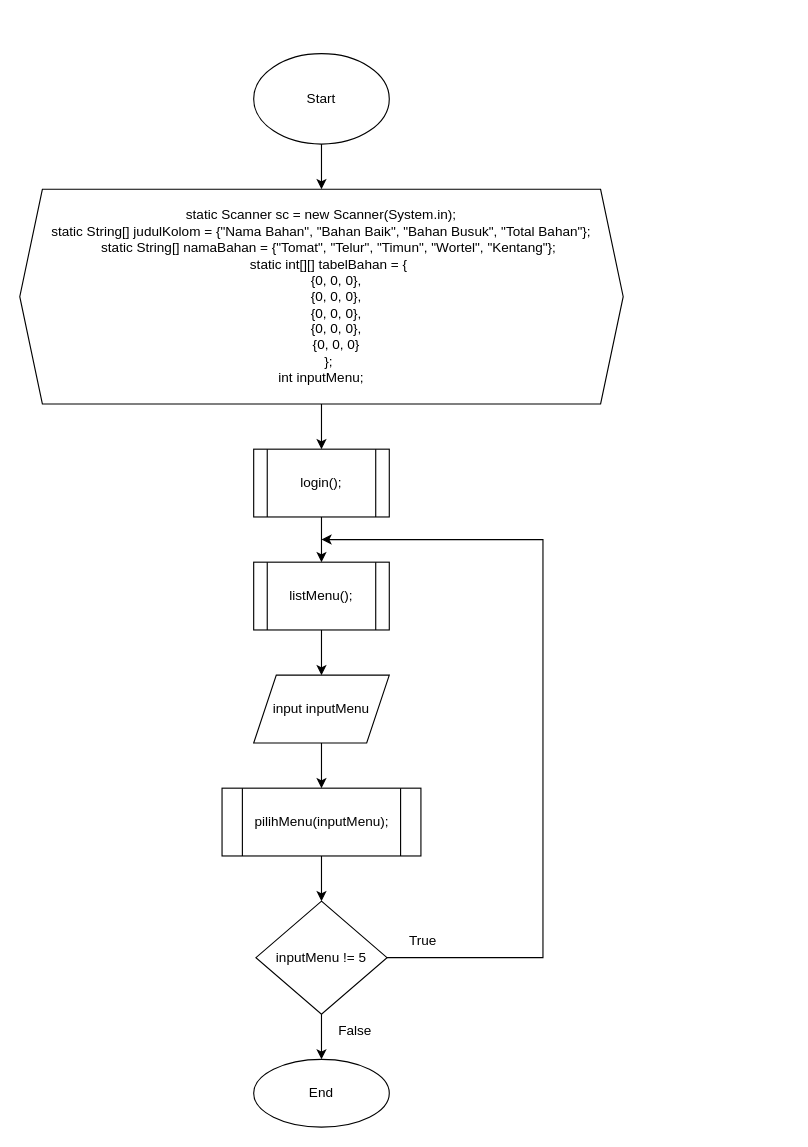
Before: page "main" (1 of 9) of Tugas Akhir/Flowchart.drawio in nhaidaar/daspro, a draw.io diagram. Source tidied: cells renumbered, new cells numbered last; positions are measured from the earlier drawing's top-left corner, leaving out a move shared by most shapes. Both pictures are drawn from the tidied source at 113%, with x=0, y=0 at pixel (19, 53).
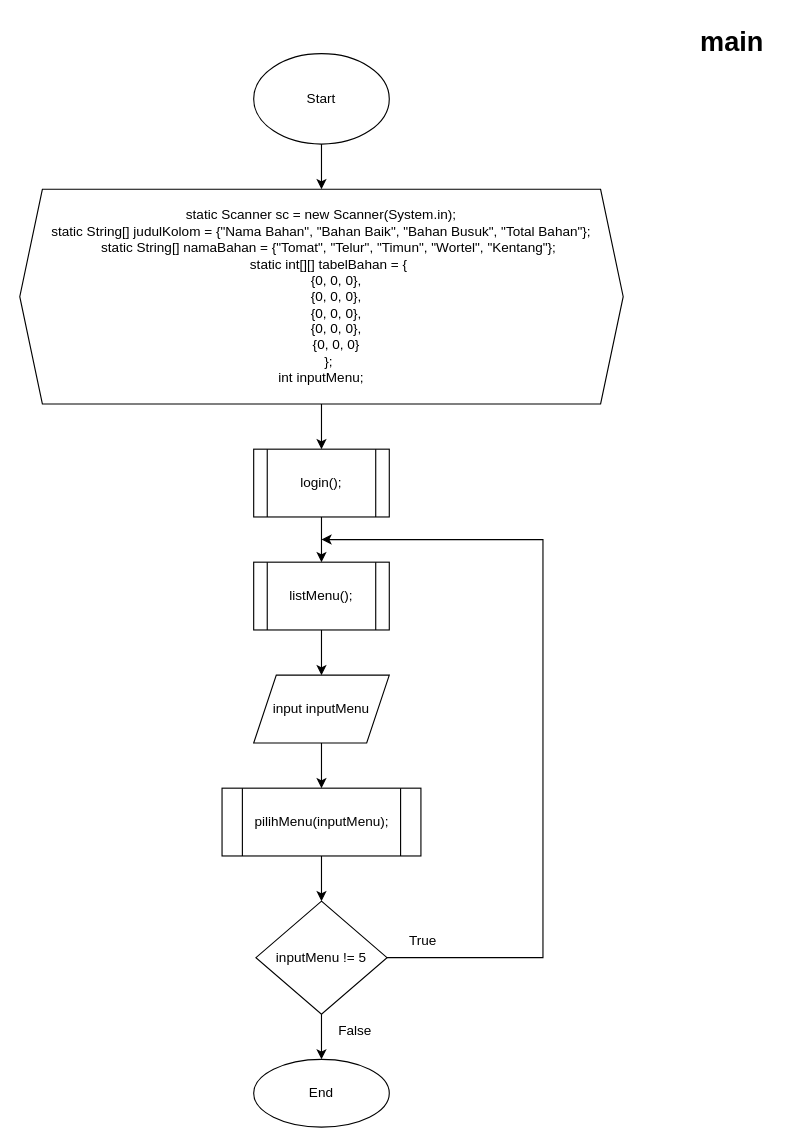
The same diagram, later.

Diff of the diagram source:
```diff
@@
+    <mxCell id="20" value="main" style="text;strokeColor=none;fillColor=none;html=1;fontSize=24;fontStyle=1;verticalAlign=middle;align=center;" parent="1" vertex="1">
+      <mxGeometry x="580" y="-30" width="100" height="40" as="geometry" />
+    </mxCell>
```
